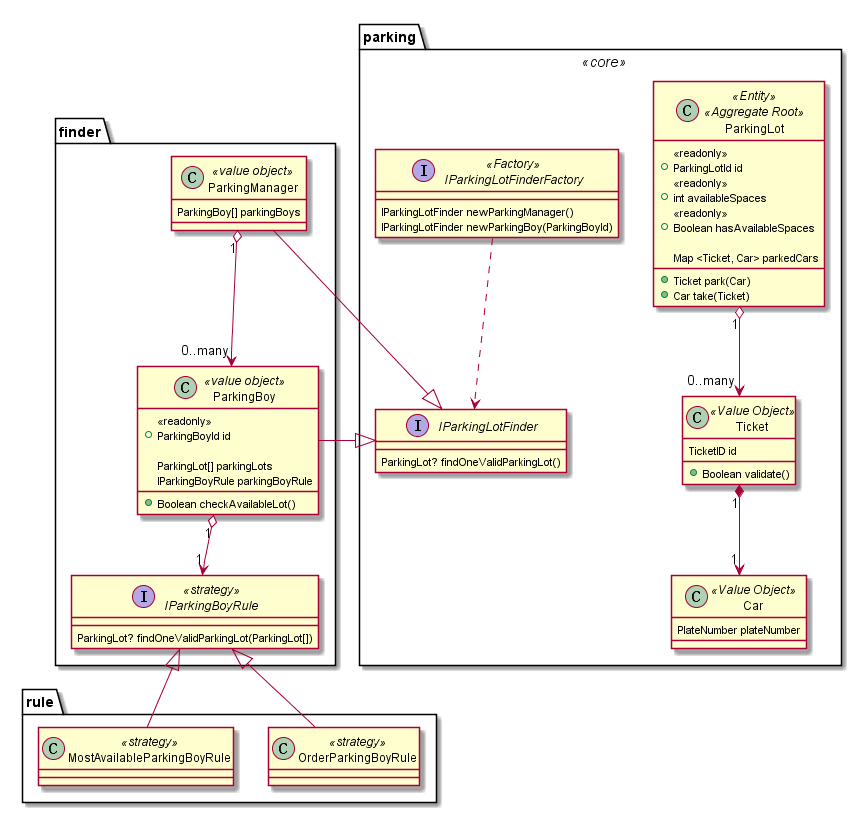
Earlier version of the PlantUML export out/design/class/parking context.png (scglwsj/ddd-learning). The source it was exported from:
```plantuml
@startuml parking context
package parking << core >> {
  class ParkingLot << Entity >> << Aggregate Root >> {
    << readonly >>
    + ParkingLotId id
    << readonly >>
    + int availableSpaces
    << readonly >>
    + Boolean hasAvailableSpaces

    Map <Ticket, Car> parkedCars

    + Ticket park(Car)
    + Car take(Ticket)
  }

  class Car << Value Object >> {
      PlateNumber plateNumber
  }

  class Ticket << Value Object >> {
    TicketID id
    + Boolean validate()
  }

  interface IParkingLotFinder {
    ParkingLot? findOneValidParkingLot()
  }

  interface IParkingLotFinderFactory << Factory >> {
    IParkingLotFinder newParkingManager()
    IParkingLotFinder newParkingBoy(ParkingBoyId)
  }

  Ticket "1" *--> "1" Car
  ParkingLot "1" o--> "0..many" Ticket
  IParkingLotFinderFactory ..> IParkingLotFinder
}

package finder {
  interface IParkingBoyRule << strategy >> {
    ParkingLot? findOneValidParkingLot(ParkingLot[])
  }

  class ParkingBoy << value object >> {
    << readonly >>
    + ParkingBoyId id

    ParkingLot[] parkingLots
    IParkingBoyRule parkingBoyRule

    + Boolean checkAvailableLot()
  }

  class ParkingManager << value object >> {
    ParkingBoy[] parkingBoys
  }

  ParkingBoy "1" o--> "1" IParkingBoyRule
  ParkingManager "1" o--> "0..many" ParkingBoy
  ParkingManager -|> IParkingLotFinder
  ParkingBoy -|> IParkingLotFinder
}

package rule {
  class OrderParkingBoyRule << strategy >>
  class MostAvailableParkingBoyRule << strategy >>

  OrderParkingBoyRule --|> IParkingBoyRule
  MostAvailableParkingBoyRule -up-|> IParkingBoyRule
}
@enduml
```
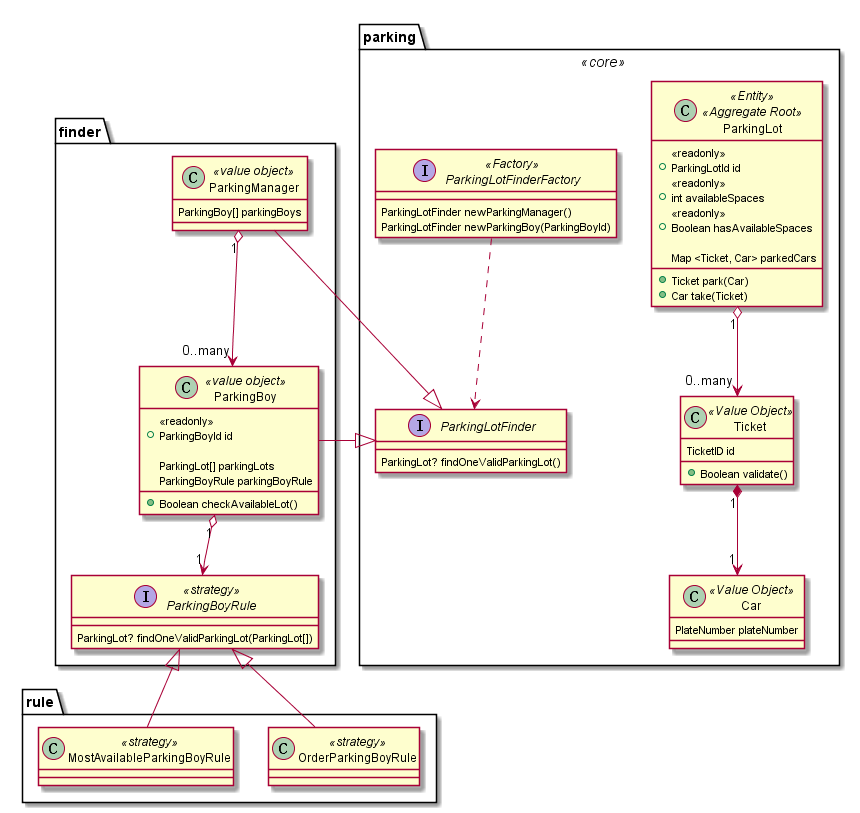
After the change.

What changed in the source:
```diff
@@ -23,22 +23,22 @@
     + Boolean validate()
   }
 
-  interface IParkingLotFinder {
+  interface ParkingLotFinder {
     ParkingLot? findOneValidParkingLot()
   }
 
-  interface IParkingLotFinderFactory << Factory >> {
-    IParkingLotFinder newParkingManager()
-    IParkingLotFinder newParkingBoy(ParkingBoyId)
+  interface ParkingLotFinderFactory << Factory >> {
+    ParkingLotFinder newParkingManager()
+    ParkingLotFinder newParkingBoy(ParkingBoyId)
   }
 
   Ticket "1" *--> "1" Car
   ParkingLot "1" o--> "0..many" Ticket
-  IParkingLotFinderFactory ..> IParkingLotFinder
+  ParkingLotFinderFactory ..> ParkingLotFinder
 }
 
 package finder {
-  interface IParkingBoyRule << strategy >> {
+  interface ParkingBoyRule << strategy >> {
     ParkingLot? findOneValidParkingLot(ParkingLot[])
   }
 
@@ -47,7 +47,7 @@
     + ParkingBoyId id
 
     ParkingLot[] parkingLots
-    IParkingBoyRule parkingBoyRule
+    ParkingBoyRule parkingBoyRule
 
     + Boolean checkAvailableLot()
   }
@@ -56,17 +56,17 @@
     ParkingBoy[] parkingBoys
   }
 
-  ParkingBoy "1" o--> "1" IParkingBoyRule
+  ParkingBoy "1" o--> "1" ParkingBoyRule
   ParkingManager "1" o--> "0..many" ParkingBoy
-  ParkingManager -|> IParkingLotFinder
-  ParkingBoy -|> IParkingLotFinder
+  ParkingManager -|> ParkingLotFinder
+  ParkingBoy -|> ParkingLotFinder
 }
 
 package rule {
   class OrderParkingBoyRule << strategy >>
   class MostAvailableParkingBoyRule << strategy >>
 
-  OrderParkingBoyRule --|> IParkingBoyRule
-  MostAvailableParkingBoyRule -up-|> IParkingBoyRule
+  OrderParkingBoyRule --|> ParkingBoyRule
+  MostAvailableParkingBoyRule -up-|> ParkingBoyRule
 }
 @enduml
```
